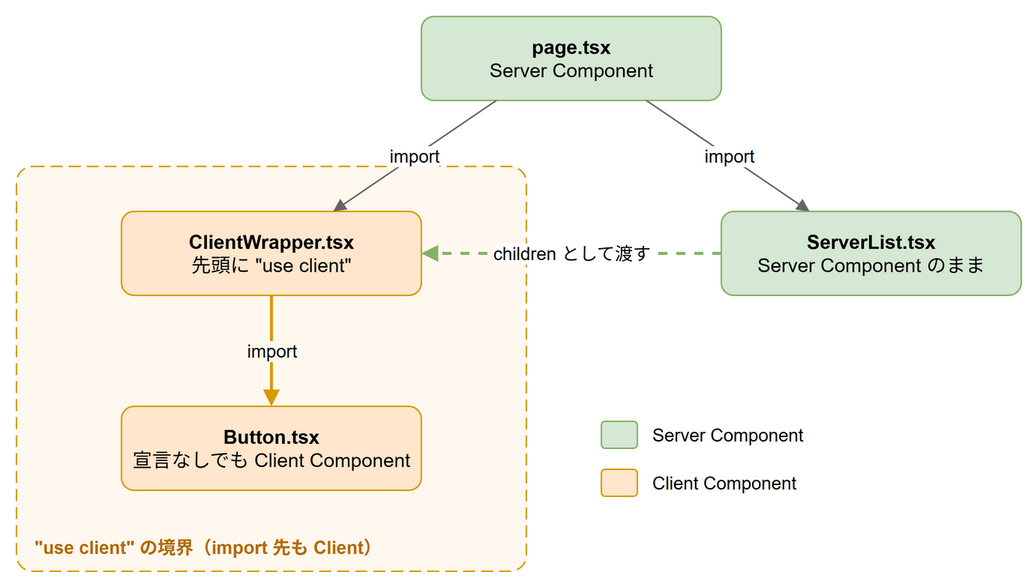
Earlier version of the draw.io export images/articles/nextjs-server-componet-client-component/use-client-boundary.drawio.png (aew2sbee/zenn). Source tidied: cells renumbered, new cells last; positions are measured from the earlier drawing's top-left corner, leaving out a move shared by most shapes.
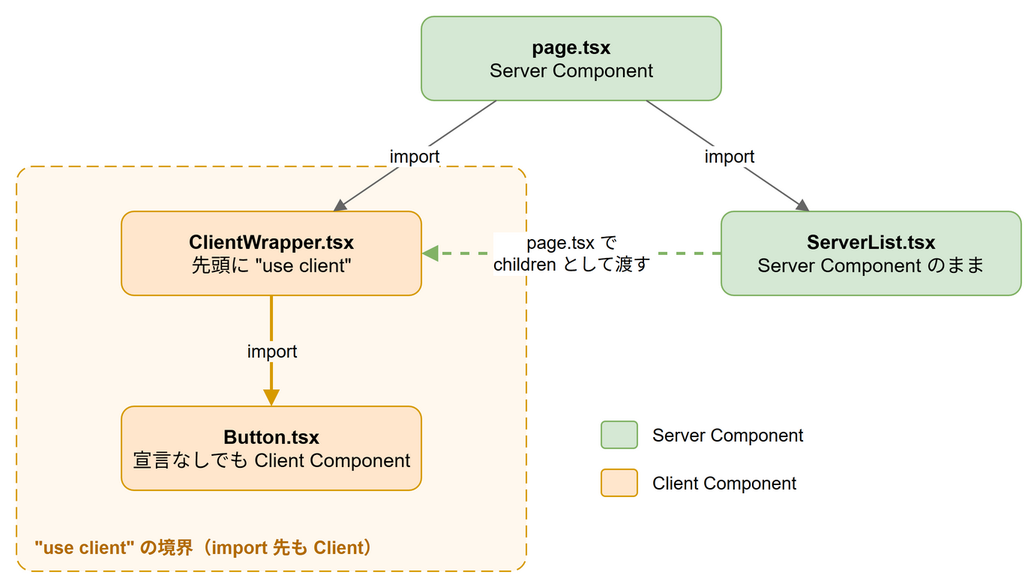
Later version of the same file.

Commit message:
docs: Server ComponentとClient Componentの図をレビュー指摘に合わせて修正

Diff of the diagram source:
```diff
@@ -26,7 +26,7 @@
     <mxCell id="9" value="import" style="html=1;endArrow=block;endFill=1;strokeColor=#d79b00;strokeWidth=2;fontSize=12;labelBackgroundColor=#fff8ee;" parent="1" edge="1" source="4" target="5">
       <mxGeometry relative="1" as="geometry" />
     </mxCell>
-    <mxCell id="10" value="children として渡す" style="html=1;endArrow=block;endFill=1;dashed=1;strokeColor=#82b366;strokeWidth=2;fontSize=12;labelBackgroundColor=#ffffff;" parent="1" edge="1" source="6" target="4">
+    <mxCell id="10" value="page.tsx で&lt;br&gt;children として渡す" style="html=1;endArrow=block;endFill=1;dashed=1;strokeColor=#82b366;strokeWidth=2;fontSize=12;labelBackgroundColor=#ffffff;" parent="1" edge="1" source="6" target="4">
       <mxGeometry relative="1" as="geometry" />
     </mxCell>
     <mxCell id="11" style="rounded=1;whiteSpace=wrap;html=1;fillColor=#d5e8d4;strokeColor=#82b366;" parent="1" vertex="1">
```
